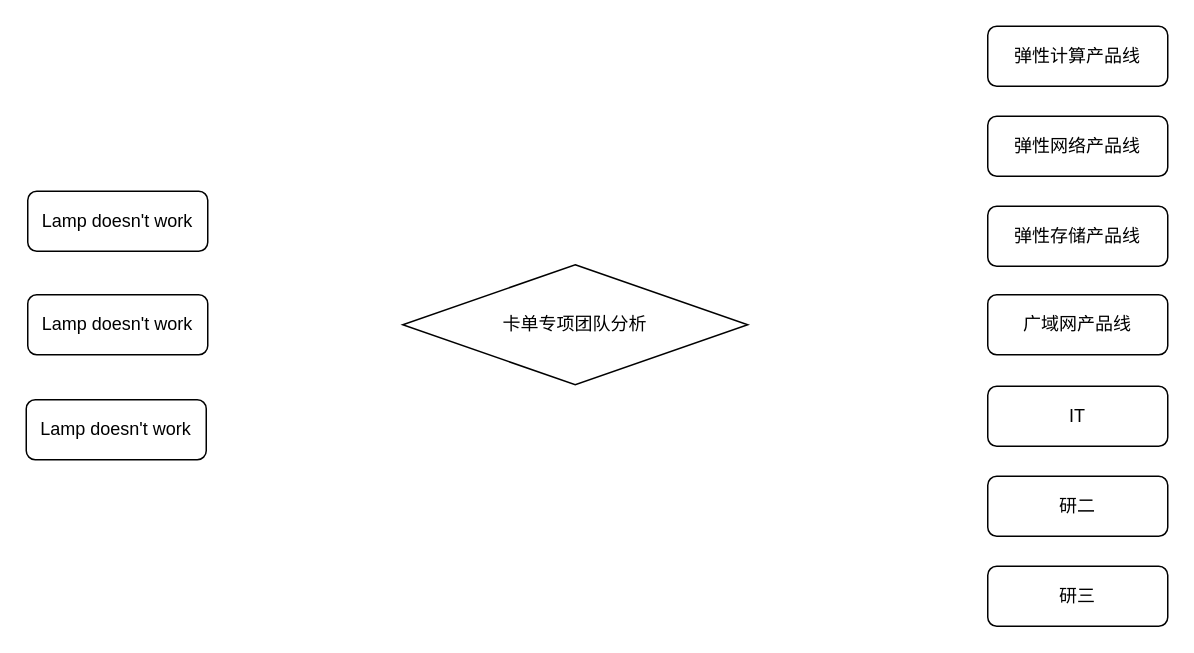
myfirst-crypto/btc_rune keeps this draw.io diagram as 未命名绘图.drawio. Above is the earlier version. Source tidied: cells renumbered, new cells numbered last; positions are measured from the earlier drawing's top-left corner, leaving out a move shared by most shapes. Both pictures are drawn from the tidied source at 150%, with x=0, y=0 at pixel (26, 26).
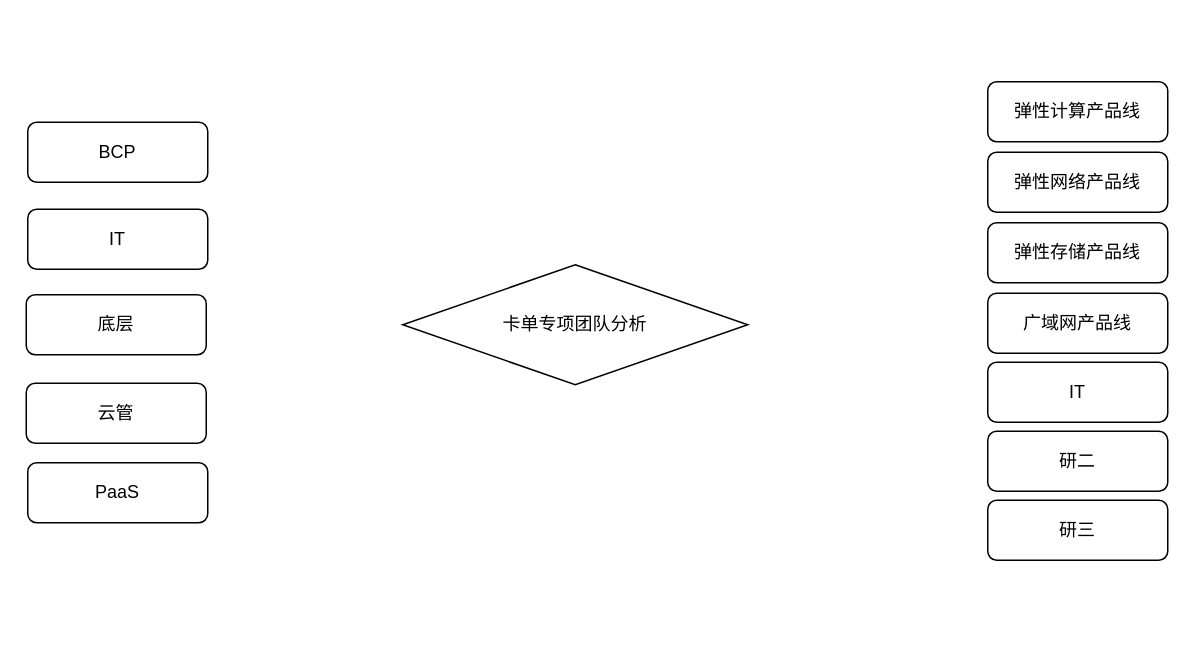
The same diagram, later.

Commit message:
更新未命名绘图.drawio

The edit, as a diff of the source:
```diff
@@
 <mxGraphModel>
   <root>
     <mxCell id="0" />
     <mxCell id="1" parent="0" />
-    <mxCell id="2" value="Lamp doesn't work" style="rounded=1;whiteSpace=wrap;html=1;fontSize=12;glass=0;strokeWidth=1;shadow=0;" parent="1" vertex="1">
-      <mxGeometry x="1" y="110" width="120" height="40" as="geometry" />
+    <mxCell id="2" value="BCP" style="rounded=1;whiteSpace=wrap;html=1;fontSize=12;glass=0;strokeWidth=1;shadow=0;" parent="1" vertex="1">
+      <mxGeometry x="1" y="64" width="120" height="40" as="geometry" />
     </mxCell>
-    <mxCell id="3" value="Lamp doesn't work" style="rounded=1;whiteSpace=wrap;html=1;fontSize=12;glass=0;strokeWidth=1;shadow=0;" parent="1" vertex="1">
-      <mxGeometry x="1" y="179" width="120" height="40" as="geometry" />
+    <mxCell id="3" value="IT" style="rounded=1;whiteSpace=wrap;html=1;fontSize=12;glass=0;strokeWidth=1;shadow=0;" parent="1" vertex="1">
+      <mxGeometry x="1" y="122" width="120" height="40" as="geometry" />
     </mxCell>
-    <mxCell id="4" value="Lamp doesn't work" style="rounded=1;whiteSpace=wrap;html=1;fontSize=12;glass=0;strokeWidth=1;shadow=0;" parent="1" vertex="1">
-      <mxGeometry y="249" width="120" height="40" as="geometry" />
+    <mxCell id="4" value="底层" style="rounded=1;whiteSpace=wrap;html=1;fontSize=12;glass=0;strokeWidth=1;shadow=0;" parent="1" vertex="1">
+      <mxGeometry y="179" width="120" height="40" as="geometry" />
     </mxCell>
     <mxCell id="5" value="卡单专项团队分析" style="rhombus;whiteSpace=wrap;html=1;" parent="1" vertex="1">
       <mxGeometry x="251" y="159" width="230" height="80" as="geometry" />
     </mxCell>
     <mxCell id="6" value="弹性计算产品线" style="rounded=1;whiteSpace=wrap;html=1;fontSize=12;glass=0;strokeWidth=1;shadow=0;" parent="1" vertex="1">
-      <mxGeometry x="641" width="120" height="40" as="geometry" />
+      <mxGeometry x="641" y="37" width="120" height="40" as="geometry" />
     </mxCell>
     <mxCell id="7" value="弹性网络产品线" style="rounded=1;whiteSpace=wrap;html=1;fontSize=12;glass=0;strokeWidth=1;shadow=0;" parent="1" vertex="1">
-      <mxGeometry x="641" y="60" width="120" height="40" as="geometry" />
+      <mxGeometry x="641" y="84" width="120" height="40" as="geometry" />
     </mxCell>
     <mxCell id="8" value="弹性存储产品线" style="rounded=1;whiteSpace=wrap;html=1;fontSize=12;glass=0;strokeWidth=1;shadow=0;" parent="1" vertex="1">
-      <mxGeometry x="641" y="120" width="120" height="40" as="geometry" />
+      <mxGeometry x="641" y="131" width="120" height="40" as="geometry" />
     </mxCell>
     <mxCell id="9" value="广域网产品线" style="rounded=1;whiteSpace=wrap;html=1;fontSize=12;glass=0;strokeWidth=1;shadow=0;" parent="1" vertex="1">
-      <mxGeometry x="641" y="179" width="120" height="40" as="geometry" />
+      <mxGeometry x="641" y="178" width="120" height="40" as="geometry" />
     </mxCell>
     <mxCell id="10" value="IT" style="rounded=1;whiteSpace=wrap;html=1;fontSize=12;glass=0;strokeWidth=1;shadow=0;" parent="1" vertex="1">
-      <mxGeometry x="641" y="240" width="120" height="40" as="geometry" />
+      <mxGeometry x="641" y="224" width="120" height="40" as="geometry" />
     </mxCell>
     <mxCell id="11" value="研二" style="rounded=1;whiteSpace=wrap;html=1;fontSize=12;glass=0;strokeWidth=1;shadow=0;" parent="1" vertex="1">
-      <mxGeometry x="641" y="300" width="120" height="40" as="geometry" />
+      <mxGeometry x="641" y="270" width="120" height="40" as="geometry" />
     </mxCell>
     <mxCell id="12" value="研三" style="rounded=1;whiteSpace=wrap;html=1;fontSize=12;glass=0;strokeWidth=1;shadow=0;" parent="1" vertex="1">
-      <mxGeometry x="641" y="360" width="120" height="40" as="geometry" />
+      <mxGeometry x="641" y="316" width="120" height="40" as="geometry" />
     </mxCell>
+    <mxCell id="13" value="云管" style="rounded=1;whiteSpace=wrap;html=1;fontSize=12;glass=0;strokeWidth=1;shadow=0;" parent="1" vertex="1">
+      <mxGeometry y="238" width="120" height="40" as="geometry" />
+    </mxCell>
+    <mxCell id="14" value="PaaS" style="rounded=1;whiteSpace=wrap;html=1;fontSize=12;glass=0;strokeWidth=1;shadow=0;" parent="1" vertex="1">
+      <mxGeometry x="1" y="291" width="120" height="40" as="geometry" />
+    </mxCell>
   </root>
 </mxGraphModel>
```
